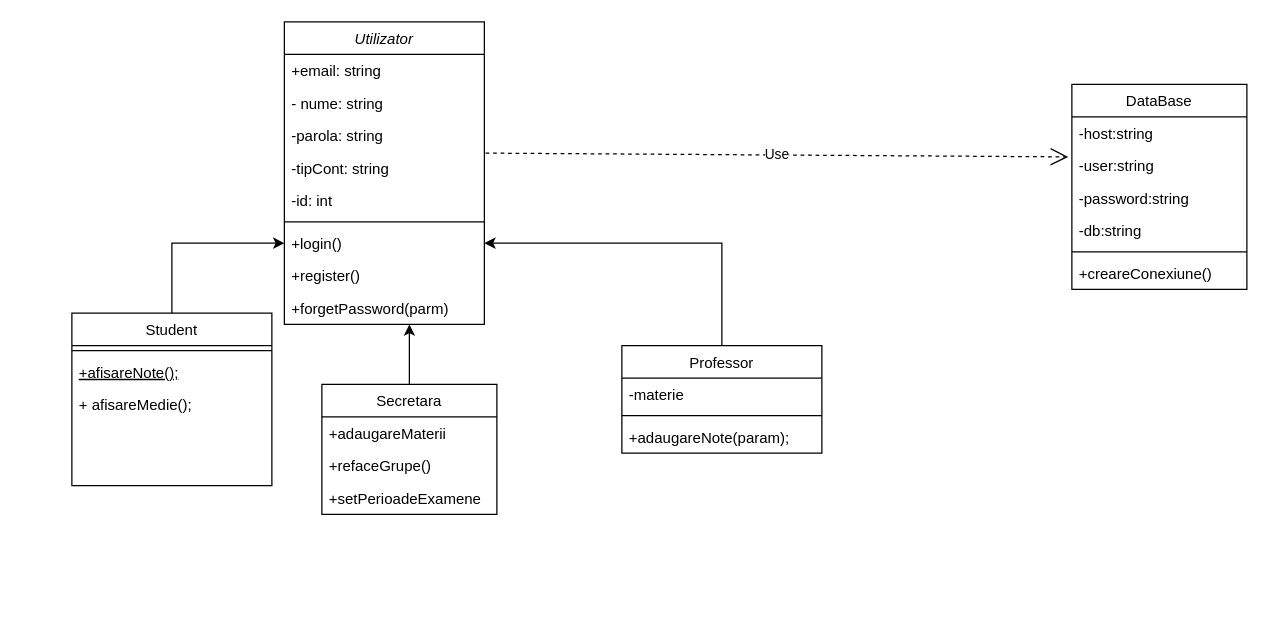
This is Laboratorul 5/Untitled Diagram.drawio from Viezurelezob/Ingineria-programelor, a draw.io file, before an edit. Source tidied: cells renumbered, new cells numbered last; positions are measured from the earlier drawing's top-left corner, leaving out a move shared by most shapes. Both pictures are drawn from the tidied source at 125%, with x=0, y=0 at pixel (71, 21).
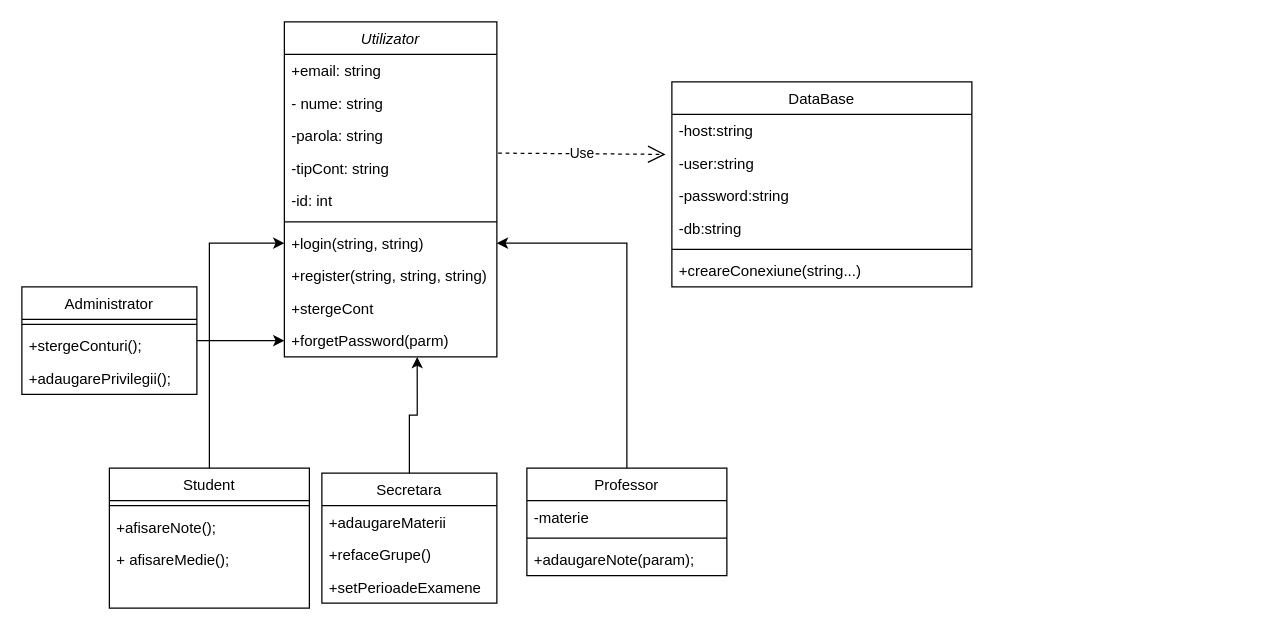
The same diagram, later.

Diff of the diagram source:
```diff
@@
     <mxCell id="2" value="Utilizator" style="swimlane;fontStyle=2;align=center;verticalAlign=top;horizontal=1;startSize=26;rounded=0;shadow=0;strokeWidth=1;" parent="1" vertex="1">
-      <mxGeometry x="170" width="160" height="242" as="geometry" />
+      <mxGeometry x="170" width="170" height="268" as="geometry" />
     </mxCell>
     <mxCell id="3" value="+email: string" style="text;strokeColor=none;fillColor=none;align=left;verticalAlign=top;spacingLeft=4;spacingRight=4;overflow=hidden;" parent="2" vertex="1">
-      <mxGeometry y="26" width="160" height="26" as="geometry" />
+      <mxGeometry y="26" width="170" height="26" as="geometry" />
     </mxCell>
     <mxCell id="4" value="- nume: string" style="text;align=left;verticalAlign=top;spacingLeft=4;spacingRight=4;overflow=hidden;" parent="2" vertex="1">
-      <mxGeometry y="52" width="160" height="26" as="geometry" />
+      <mxGeometry y="52" width="170" height="26" as="geometry" />
     </mxCell>
     <mxCell id="5" value="-parola: string" style="text;align=left;verticalAlign=top;spacingLeft=4;spacingRight=4;overflow=hidden;rounded=0;shadow=0;html=0;" parent="2" vertex="1">
-      <mxGeometry y="78" width="160" height="26" as="geometry" />
+      <mxGeometry y="78" width="170" height="26" as="geometry" />
     </mxCell>
     <mxCell id="6" value="-tipCont: string" style="text;align=left;verticalAlign=top;spacingLeft=4;spacingRight=4;overflow=hidden;points=[[0,0.5],[1,0.5]];portConstraint=eastwest;" parent="2" vertex="1">
-      <mxGeometry y="104" width="160" height="26" as="geometry" />
+      <mxGeometry y="104" width="170" height="26" as="geometry" />
     </mxCell>
     <mxCell id="7" value="-id: int" style="text;align=left;verticalAlign=top;spacingLeft=4;spacingRight=4;overflow=hidden;rounded=0;shadow=0;html=0;" parent="2" vertex="1">
-      <mxGeometry y="130" width="160" height="26" as="geometry" />
+      <mxGeometry y="130" width="170" height="26" as="geometry" />
     </mxCell>
     <mxCell id="8" style="line;html=1;strokeWidth=1;align=left;verticalAlign=middle;spacingTop=-1;spacingLeft=3;spacingRight=3;labelPosition=right;" parent="2" vertex="1">
-      <mxGeometry y="156" width="160" height="8" as="geometry" />
+      <mxGeometry y="156" width="170" height="8" as="geometry" />
     </mxCell>
-    <mxCell id="9" value="+login()" style="text;align=left;verticalAlign=top;spacingLeft=4;spacingRight=4;overflow=hidden;points=[[0,0.5],[1,0.5]];portConstraint=eastwest;" parent="2" vertex="1">
-      <mxGeometry y="164" width="160" height="26" as="geometry" />
+    <mxCell id="9" value="+login(string, string)" style="text;align=left;verticalAlign=top;spacingLeft=4;spacingRight=4;overflow=hidden;points=[[0,0.5],[1,0.5]];portConstraint=eastwest;" parent="2" vertex="1">
+      <mxGeometry y="164" width="170" height="26" as="geometry" />
     </mxCell>
-    <mxCell id="10" value="+register()" style="text;strokeColor=none;fillColor=none;align=left;verticalAlign=top;spacingLeft=4;spacingRight=4;overflow=hidden;" parent="2" vertex="1">
-      <mxGeometry y="190" width="160" height="26" as="geometry" />
+    <mxCell id="10" value="+register(string, string, string)" style="text;strokeColor=none;fillColor=none;align=left;verticalAlign=top;spacingLeft=4;spacingRight=4;overflow=hidden;" parent="2" vertex="1">
+      <mxGeometry y="190" width="170" height="26" as="geometry" />
     </mxCell>
+    <mxCell id="35" value="+stergeCont" style="text;strokeColor=none;fillColor=none;align=left;verticalAlign=top;spacingLeft=4;spacingRight=4;overflow=hidden;" parent="2" vertex="1">
+      <mxGeometry y="216" width="170" height="26" as="geometry" />
+    </mxCell>
     <mxCell id="11" value="+forgetPassword(parm)" style="text;strokeColor=none;fillColor=none;align=left;verticalAlign=top;spacingLeft=4;spacingRight=4;overflow=hidden;points=[[0,0.5],[1,0.5]];portConstraint=eastwest;" parent="2" vertex="1">
-      <mxGeometry y="216" width="160" height="26" as="geometry" />
+      <mxGeometry y="242" width="170" height="26" as="geometry" />
     </mxCell>
@@
     <mxCell id="13" value="Student" style="swimlane;fontStyle=0;align=center;verticalAlign=top;horizontal=1;startSize=26;rounded=0;shadow=0;strokeWidth=1;" parent="1" vertex="1">
-      <mxGeometry y="233" width="160" height="138" as="geometry" />
+      <mxGeometry x="30" y="357" width="160" height="112" as="geometry" />
     </mxCell>
@@
-    <mxCell id="15" value="+afisareNote();" style="text;align=left;verticalAlign=top;spacingLeft=4;spacingRight=4;overflow=hidden;fontStyle=4;" parent="13" vertex="1">
+    <mxCell id="15" value="+afisareNote();" style="text;align=left;verticalAlign=top;spacingLeft=4;spacingRight=4;overflow=hidden;fontStyle=0;" parent="13" vertex="1">
       <mxGeometry y="34" width="160" height="26" as="geometry" />
     </mxCell>
@@
     <mxCell id="18" value="Professor" style="swimlane;fontStyle=0;align=center;verticalAlign=top;horizontal=1;startSize=26;rounded=0;shadow=0;strokeWidth=1;" parent="1" vertex="1">
-      <mxGeometry x="440" y="259" width="160" height="86" as="geometry" />
+      <mxGeometry x="364" y="357" width="160" height="86" as="geometry" />
     </mxCell>
@@
     <mxCell id="23" value="Secretara" style="swimlane;fontStyle=0;horizontal=1;startSize=26;fillColor=none;" parent="1" vertex="1">
-      <mxGeometry x="200" y="290" width="140" height="104" as="geometry" />
+      <mxGeometry x="200" y="361" width="140" height="104" as="geometry" />
     </mxCell>
@@
     <mxCell id="28" value="DataBase" style="swimlane;fontStyle=0;horizontal=1;startSize=26;fillColor=none;" parent="1" vertex="1">
-      <mxGeometry x="800" y="50" width="140" height="164" as="geometry" />
+      <mxGeometry x="480" y="48" width="240" height="164" as="geometry" />
     </mxCell>
     <mxCell id="29" value="-host:string" style="text;strokeColor=none;fillColor=none;align=left;verticalAlign=top;spacingLeft=4;spacingRight=4;overflow=hidden;" parent="28" vertex="1">
-      <mxGeometry y="26" width="140" height="26" as="geometry" />
+      <mxGeometry y="26" width="240" height="26" as="geometry" />
     </mxCell>
     <mxCell id="30" value="-user:string" style="text;strokeColor=none;fillColor=none;align=left;verticalAlign=top;spacingLeft=4;spacingRight=4;overflow=hidden;points=[[0,0.5],[1,0.5]];portConstraint=eastwest;" parent="28" vertex="1">
-      <mxGeometry y="52" width="140" height="26" as="geometry" />
+      <mxGeometry y="52" width="240" height="26" as="geometry" />
     </mxCell>
     <mxCell id="31" value="-password:string" style="text;strokeColor=none;fillColor=none;align=left;verticalAlign=top;spacingLeft=4;spacingRight=4;overflow=hidden;" parent="28" vertex="1">
-      <mxGeometry y="78" width="140" height="26" as="geometry" />
+      <mxGeometry y="78" width="240" height="26" as="geometry" />
     </mxCell>
     <mxCell id="32" value="-db:string" style="text;strokeColor=none;fillColor=none;align=left;verticalAlign=top;spacingLeft=4;spacingRight=4;overflow=hidden;" parent="28" vertex="1">
-      <mxGeometry y="104" width="140" height="26" as="geometry" />
+      <mxGeometry y="104" width="240" height="26" as="geometry" />
     </mxCell>
     <mxCell id="33" style="line;strokeWidth=1;fillColor=none;align=left;verticalAlign=middle;spacingTop=-1;spacingLeft=3;spacingRight=3;labelPosition=right;" parent="28" vertex="1">
-      <mxGeometry y="130" width="140" height="8" as="geometry" />
+      <mxGeometry y="130" width="240" height="8" as="geometry" />
     </mxCell>
-    <mxCell id="34" value="+creareConexiune()" style="text;strokeColor=none;fillColor=none;align=left;verticalAlign=top;spacingLeft=4;spacingRight=4;overflow=hidden;" parent="28" vertex="1">
-      <mxGeometry y="138" width="140" height="26" as="geometry" />
+    <mxCell id="34" value="+creareConexiune(string...)" style="text;strokeColor=none;fillColor=none;align=left;verticalAlign=top;spacingLeft=4;spacingRight=4;overflow=hidden;" parent="28" vertex="1">
+      <mxGeometry y="138" width="240" height="26" as="geometry" />
     </mxCell>
+    <mxCell id="36" style="edgeStyle=orthogonalEdgeStyle;rounded=0;jettySize=auto;html=1;entryX=0;entryY=0.5;entryDx=0;entryDy=0;" parent="1" edge="1" source="37" target="11">
+      <mxGeometry relative="1" as="geometry" />
+    </mxCell>
+    <mxCell id="37" value="Administrator" style="swimlane;fontStyle=0;horizontal=1;startSize=26;fillColor=none;" parent="1" vertex="1">
+      <mxGeometry x="-40" y="212" width="140" height="86" as="geometry" />
+    </mxCell>
+    <mxCell id="38" style="line;strokeWidth=1;fillColor=none;align=left;verticalAlign=middle;spacingTop=-1;spacingLeft=3;spacingRight=3;labelPosition=right;" parent="37" vertex="1">
+      <mxGeometry y="26" width="140" height="8" as="geometry" />
+    </mxCell>
+    <mxCell id="39" value="+stergeConturi();" style="text;strokeColor=none;fillColor=none;align=left;verticalAlign=top;spacingLeft=4;spacingRight=4;overflow=hidden;" parent="37" vertex="1">
+      <mxGeometry y="34" width="140" height="26" as="geometry" />
+    </mxCell>
+    <mxCell id="40" value="+adaugarePrivilegii();" style="text;strokeColor=none;fillColor=none;align=left;verticalAlign=top;spacingLeft=4;spacingRight=4;overflow=hidden;" parent="37" vertex="1">
+      <mxGeometry y="60" width="140" height="26" as="geometry" />
+    </mxCell>
```
